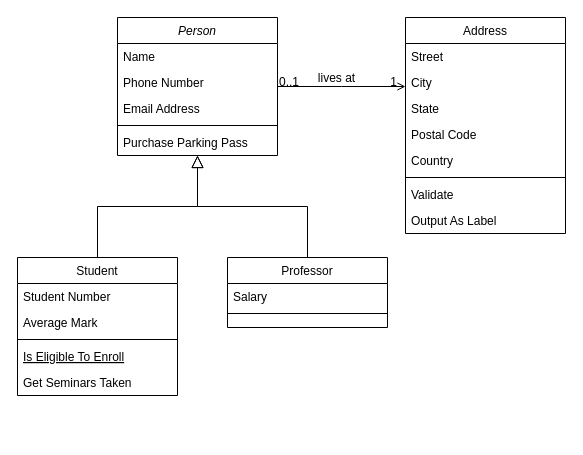
This is Untitled Diagram.drawio from GustavoSantiago81/miniEstante_ProjetoJava, a draw.io file, before an edit. Source tidied: cells renumbered, new cells numbered last; positions are measured from the earlier drawing's top-left corner, leaving out a move shared by most shapes. Both pictures are drawn from the tidied source at 100%, with x=0, y=0 at pixel (17, 17).
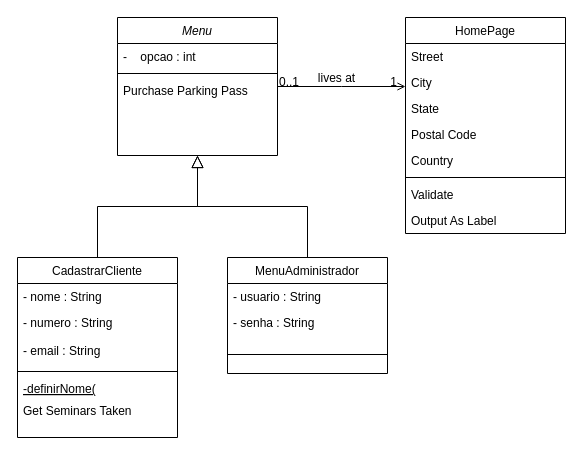
The same page after the edit.

Diff of the diagram source:
```diff
@@
-    <mxCell id="2" value="Person" style="swimlane;fontStyle=2;align=center;verticalAlign=top;horizontal=1;startSize=26;rounded=0;shadow=0;strokeWidth=1;" parent="1" vertex="1">
+    <mxCell id="2" value="Menu" style="swimlane;fontStyle=2;align=center;verticalAlign=top;horizontal=1;startSize=26;rounded=0;shadow=0;strokeWidth=1;" parent="1" vertex="1">
       <mxGeometry x="100" width="160" height="138" as="geometry" />
     </mxCell>
-    <mxCell id="3" value="Name" style="text;align=left;verticalAlign=top;spacingLeft=4;spacingRight=4;overflow=hidden;" parent="2" vertex="1">
+    <mxCell id="3" value="-    opcao : int" style="text;align=left;verticalAlign=top;spacingLeft=4;spacingRight=4;overflow=hidden;" parent="2" vertex="1">
       <mxGeometry y="26" width="160" height="26" as="geometry" />
     </mxCell>
-    <mxCell id="4" value="Phone Number" style="text;align=left;verticalAlign=top;spacingLeft=4;spacingRight=4;overflow=hidden;rounded=0;shadow=0;html=0;" parent="2" vertex="1">
-      <mxGeometry y="52" width="160" height="26" as="geometry" />
-    </mxCell>
-    <mxCell id="5" value="Email Address" style="text;align=left;verticalAlign=top;spacingLeft=4;spacingRight=4;overflow=hidden;rounded=0;shadow=0;html=0;" parent="2" vertex="1">
-      <mxGeometry y="78" width="160" height="26" as="geometry" />
-    </mxCell>
     <mxCell id="6" style="line;html=1;strokeWidth=1;align=left;verticalAlign=middle;spacingTop=-1;spacingLeft=3;spacingRight=3;labelPosition=right;" parent="2" vertex="1">
-      <mxGeometry y="104" width="160" height="8" as="geometry" />
+      <mxGeometry y="52" width="160" height="8" as="geometry" />
     </mxCell>
     <mxCell id="7" value="Purchase Parking Pass" style="text;align=left;verticalAlign=top;spacingLeft=4;spacingRight=4;overflow=hidden;" parent="2" vertex="1">
-      <mxGeometry y="112" width="160" height="26" as="geometry" />
+      <mxGeometry y="60" width="160" height="26" as="geometry" />
     </mxCell>
-    <mxCell id="8" value="Student" style="swimlane;fontStyle=0;align=center;verticalAlign=top;horizontal=1;startSize=26;rounded=0;shadow=0;strokeWidth=1;" parent="1" vertex="1">
-      <mxGeometry y="240" width="160" height="138" as="geometry" />
+    <mxCell id="8" value="CadastrarCliente" style="swimlane;fontStyle=0;align=center;verticalAlign=top;horizontal=1;startSize=26;rounded=0;shadow=0;strokeWidth=1;" parent="1" vertex="1">
+      <mxGeometry y="240" width="160" height="180" as="geometry" />
     </mxCell>
-    <mxCell id="9" value="Student Number" style="text;align=left;verticalAlign=top;spacingLeft=4;spacingRight=4;overflow=hidden;" parent="8" vertex="1">
+    <mxCell id="9" value="- nome : String&#10;" style="text;align=left;verticalAlign=top;spacingLeft=4;spacingRight=4;overflow=hidden;" parent="8" vertex="1">
       <mxGeometry y="26" width="160" height="26" as="geometry" />
     </mxCell>
-    <mxCell id="10" value="Average Mark" style="text;align=left;verticalAlign=top;spacingLeft=4;spacingRight=4;overflow=hidden;rounded=0;shadow=0;html=0;" parent="8" vertex="1">
-      <mxGeometry y="52" width="160" height="26" as="geometry" />
+    <mxCell id="10" value="- numero : String" style="text;align=left;verticalAlign=top;spacingLeft=4;spacingRight=4;overflow=hidden;rounded=0;shadow=0;html=0;" parent="8" vertex="1">
+      <mxGeometry y="52" width="160" height="28" as="geometry" />
     </mxCell>
+    <mxCell id="32" value="- email : String" style="text;align=left;verticalAlign=top;spacingLeft=4;spacingRight=4;overflow=hidden;" parent="8" vertex="1">
+      <mxGeometry y="80" width="160" height="30" as="geometry" />
+    </mxCell>
     <mxCell id="11" style="line;html=1;strokeWidth=1;align=left;verticalAlign=middle;spacingTop=-1;spacingLeft=3;spacingRight=3;labelPosition=right;" parent="8" vertex="1">
-      <mxGeometry y="78" width="160" height="8" as="geometry" />
+      <mxGeometry y="110" width="160" height="8" as="geometry" />
     </mxCell>
-    <mxCell id="12" value="Is Eligible To Enroll" style="text;align=left;verticalAlign=top;spacingLeft=4;spacingRight=4;overflow=hidden;fontStyle=4;" parent="8" vertex="1">
-      <mxGeometry y="86" width="160" height="26" as="geometry" />
+    <mxCell id="12" value="-definirNome(" style="text;align=left;verticalAlign=top;spacingLeft=4;spacingRight=4;overflow=hidden;fontStyle=4;" parent="8" vertex="1">
+      <mxGeometry y="118" width="160" height="22" as="geometry" />
     </mxCell>
     <mxCell id="13" value="Get Seminars Taken" style="text;align=left;verticalAlign=top;spacingLeft=4;spacingRight=4;overflow=hidden;" parent="8" vertex="1">
-      <mxGeometry y="112" width="160" height="26" as="geometry" />
+      <mxGeometry y="140" width="160" height="28" as="geometry" />
     </mxCell>
@@
-    <mxCell id="15" value="Professor" style="swimlane;fontStyle=0;align=center;verticalAlign=top;horizontal=1;startSize=26;rounded=0;shadow=0;strokeWidth=1;" parent="1" vertex="1">
-      <mxGeometry x="210" y="240" width="160" height="70" as="geometry" />
+    <mxCell id="15" value="MenuAdministrador" style="swimlane;fontStyle=0;align=center;verticalAlign=top;horizontal=1;startSize=26;rounded=0;shadow=0;strokeWidth=1;" parent="1" vertex="1">
+      <mxGeometry x="210" y="240" width="160" height="116" as="geometry" />
     </mxCell>
-    <mxCell id="16" value="Salary" style="text;align=left;verticalAlign=top;spacingLeft=4;spacingRight=4;overflow=hidden;" parent="15" vertex="1">
+    <mxCell id="16" value="- usuario : String" style="text;align=left;verticalAlign=top;spacingLeft=4;spacingRight=4;overflow=hidden;" parent="15" vertex="1">
       <mxGeometry y="26" width="160" height="26" as="geometry" />
     </mxCell>
+    <mxCell id="33" value="- senha : String" style="text;align=left;verticalAlign=top;spacingLeft=4;spacingRight=4;overflow=hidden;" parent="15" vertex="1">
+      <mxGeometry y="52" width="160" height="26" as="geometry" />
+    </mxCell>
     <mxCell id="17" style="line;html=1;strokeWidth=1;align=left;verticalAlign=middle;spacingTop=-1;spacingLeft=3;spacingRight=3;labelPosition=right;" parent="15" vertex="1">
-      <mxGeometry y="52" width="160" height="8" as="geometry" />
+      <mxGeometry y="78" width="160" height="38" as="geometry" />
     </mxCell>
@@
-    <mxCell id="19" value="Address" style="swimlane;fontStyle=0;align=center;verticalAlign=top;horizontal=1;startSize=26;rounded=0;shadow=0;strokeWidth=1;" parent="1" vertex="1">
+    <mxCell id="19" value="HomePage" style="swimlane;fontStyle=0;align=center;verticalAlign=top;horizontal=1;startSize=26;rounded=0;shadow=0;strokeWidth=1;" parent="1" vertex="1">
       <mxGeometry x="388" width="160" height="216" as="geometry" />
     </mxCell>
```
